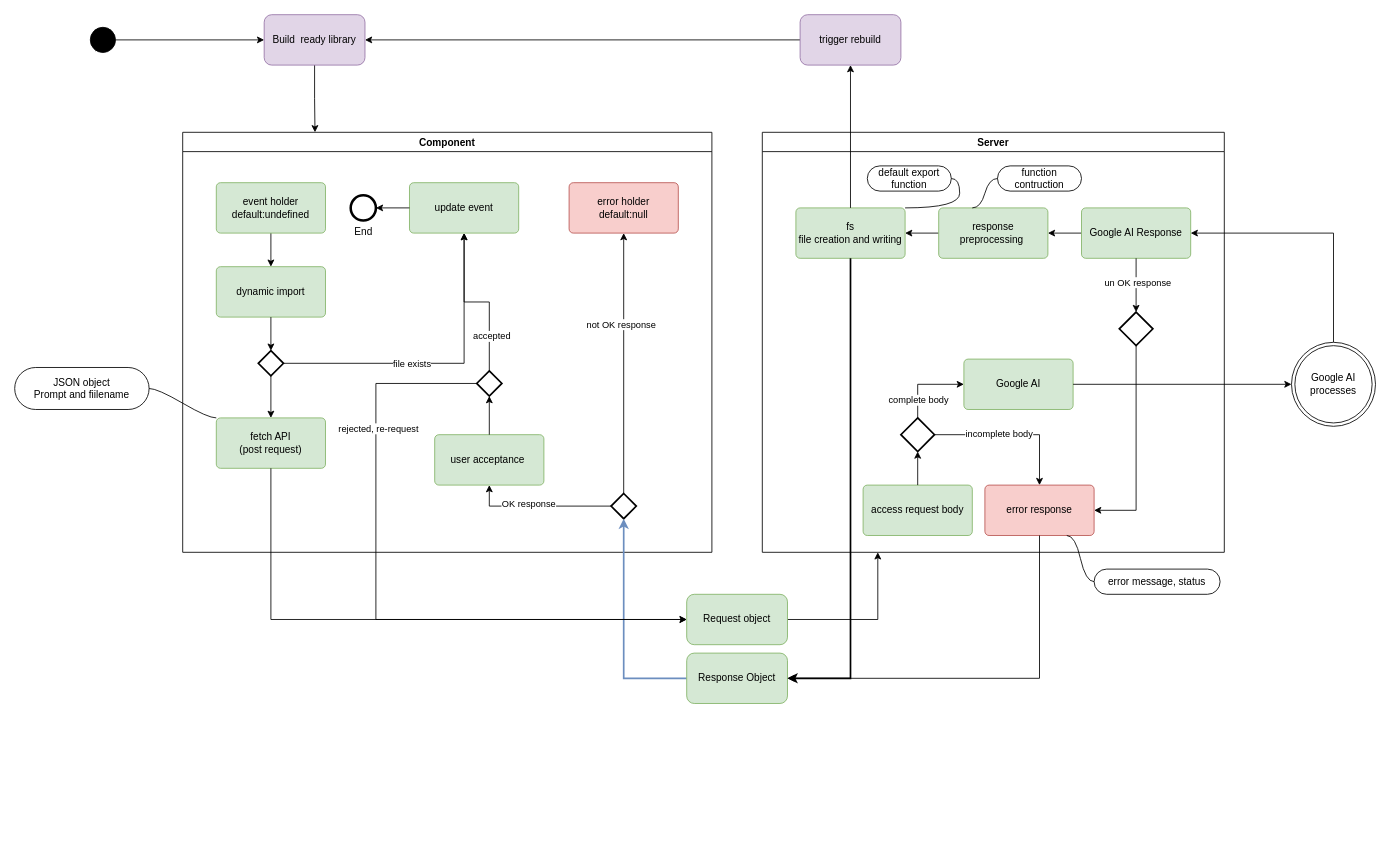
TALHAA23/intelligent-react-components keeps this draw.io diagram as docs/uml/state-machine.drawio. Above is the earlier version. Source tidied: cells renumbered, new cells numbered last; positions are measured from the earlier drawing's top-left corner, leaving out a move shared by most shapes. Both pictures are drawn from the tidied source at 84%, with x=0, y=0 at pixel (14, 14).
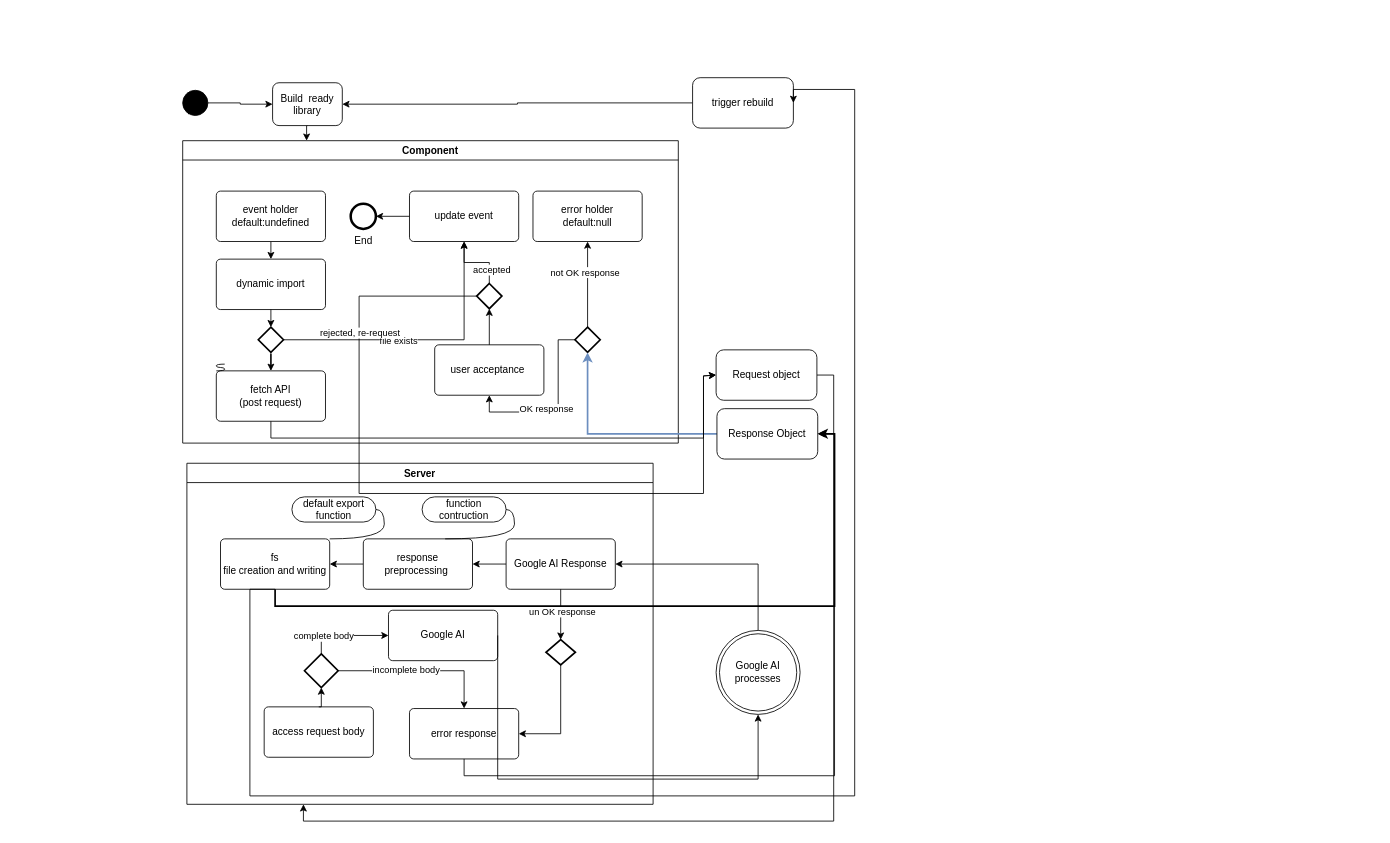
The same diagram, later.

The change refers to these unchanged cells:
```xml
<mxCell id="48" value="function contruction" style="whiteSpace=wrap;html=1;rounded=1;arcSize=50;align=center;verticalAlign=middle;strokeWidth=1;spacing=4;newEdgeStyle={&quot;edgeStyle&quot;:&quot;entityRelationEdgeStyle&quot;,&quot;startArrow&quot;:&quot;none&quot;,&quot;endArrow&quot;:&quot;none&quot;,&quot;segment&quot;:10,&quot;curved&quot;:1,&quot;sourcePerimeterSpacing&quot;:0,&quot;targetPerimeterSpacing&quot;:0};" parent="29" vertex="1">
  <mxGeometry x="280" y="40" width="100" height="30" as="geometry" />
</mxCell>
```

The edit, as a diff of the source:
```diff
@@
     <mxCell id="3" style="ellipse;fillColor=strokeColor;html=1;" parent="1" vertex="1">
-      <mxGeometry x="90" y="15" width="30" height="30" as="geometry" />
+      <mxGeometry x="200" y="90" width="30" height="30" as="geometry" />
     </mxCell>
     <mxCell id="4" value="Component" style="swimlane;" parent="1" vertex="1">
-      <mxGeometry x="200" y="140" width="630" height="500" as="geometry" />
+      <mxGeometry x="200" y="150" width="590" height="360" as="geometry" />
     </mxCell>
@@
-    <mxCell id="6" value="event holder&lt;br&gt;default:undefined" style="html=1;align=center;verticalAlign=middle;rounded=1;absoluteArcSize=1;arcSize=10;dashed=0;whiteSpace=wrap;fillColor=#d5e8d4;strokeColor=#82b366;" parent="4" vertex="1">
+    <mxCell id="6" value="event holder&lt;br&gt;default:undefined" style="html=1;align=center;verticalAlign=middle;rounded=1;absoluteArcSize=1;arcSize=10;dashed=0;whiteSpace=wrap;" parent="4" vertex="1">
       <mxGeometry x="40" y="60" width="130" height="60" as="geometry" />
     </mxCell>
-    <mxCell id="7" value="dynamic import" style="html=1;align=center;verticalAlign=middle;rounded=1;absoluteArcSize=1;arcSize=10;dashed=0;whiteSpace=wrap;fillColor=#d5e8d4;strokeColor=#82b366;" parent="4" vertex="1">
-      <mxGeometry x="40" y="160" width="130" height="60" as="geometry" />
+    <mxCell id="7" value="dynamic import" style="html=1;align=center;verticalAlign=middle;rounded=1;absoluteArcSize=1;arcSize=10;dashed=0;whiteSpace=wrap;" parent="4" vertex="1">
+      <mxGeometry x="40" y="141" width="130" height="60" as="geometry" />
     </mxCell>
@@
     <mxCell id="11" style="strokeWidth=2;html=1;shape=mxgraph.flowchart.decision;whiteSpace=wrap;" parent="4" vertex="1">
-      <mxGeometry x="90" y="260" width="30" height="30" as="geometry" />
+      <mxGeometry x="90" y="222" width="30" height="30" as="geometry" />
     </mxCell>
@@
-    <mxCell id="13" value="update event" style="html=1;align=center;verticalAlign=middle;rounded=1;absoluteArcSize=1;arcSize=10;dashed=0;whiteSpace=wrap;fillColor=#d5e8d4;strokeColor=#82b366;" parent="4" vertex="1">
+    <mxCell id="13" value="update event" style="html=1;align=center;verticalAlign=middle;rounded=1;absoluteArcSize=1;arcSize=10;dashed=0;whiteSpace=wrap;" parent="4" vertex="1">
       <mxGeometry x="270" y="60" width="130" height="60" as="geometry" />
     </mxCell>
-    <mxCell id="14" value="fetch API&lt;br&gt;(post request)" style="html=1;align=center;verticalAlign=middle;rounded=1;absoluteArcSize=1;arcSize=10;dashed=0;whiteSpace=wrap;fillColor=#d5e8d4;strokeColor=#82b366;" parent="4" vertex="1">
-      <mxGeometry x="40" y="340" width="130" height="60" as="geometry" />
+    <mxCell id="14" value="fetch API&lt;br&gt;(post request)" style="html=1;align=center;verticalAlign=middle;rounded=1;absoluteArcSize=1;arcSize=10;dashed=0;whiteSpace=wrap;" parent="4" vertex="1">
+      <mxGeometry x="40" y="274" width="130" height="60" as="geometry" />
     </mxCell>
@@
     <mxCell id="17" style="edgeStyle=orthogonalEdgeStyle;rounded=0;jettySize=auto;html=1;exitX=0;exitY=0.5;exitDx=0;exitDy=0;exitPerimeter=0;entryX=0.5;entryY=1;entryDx=0;entryDy=0;" parent="4" edge="1" source="19" target="21">
-      <mxGeometry relative="1" as="geometry" />
+      <mxGeometry relative="1" as="geometry">
+        <Array as="points">
+          <mxPoint x="447" y="237" />
+          <mxPoint x="447" y="323" />
+          <mxPoint x="365" y="323" />
+        </Array>
+      </mxGeometry>
     </mxCell>
@@
     <mxCell id="19" style="strokeWidth=2;html=1;shape=mxgraph.flowchart.decision;whiteSpace=wrap;" parent="4" vertex="1">
-      <mxGeometry x="510" y="430" width="30" height="30" as="geometry" />
+      <mxGeometry x="467" y="222" width="30" height="30" as="geometry" />
     </mxCell>
-    <mxCell id="20" value="error holder&lt;div&gt;default:null&lt;/div&gt;" style="html=1;align=center;verticalAlign=middle;rounded=1;absoluteArcSize=1;arcSize=10;dashed=0;whiteSpace=wrap;fillColor=#f8cecc;strokeColor=#b85450;" parent="4" vertex="1">
-      <mxGeometry x="460" y="60" width="130" height="60" as="geometry" />
+    <mxCell id="20" value="error holder&lt;div&gt;default:null&lt;/div&gt;" style="html=1;align=center;verticalAlign=middle;rounded=1;absoluteArcSize=1;arcSize=10;dashed=0;whiteSpace=wrap;" parent="4" vertex="1">
+      <mxGeometry x="417" y="60" width="130" height="60" as="geometry" />
     </mxCell>
-    <mxCell id="21" value="user acceptance&amp;nbsp;" style="html=1;align=center;verticalAlign=middle;rounded=1;absoluteArcSize=1;arcSize=10;dashed=0;whiteSpace=wrap;fillColor=#d5e8d4;strokeColor=#82b366;" parent="4" vertex="1">
-      <mxGeometry x="300" y="360" width="130" height="60" as="geometry" />
+    <mxCell id="21" value="user acceptance&amp;nbsp;" style="html=1;align=center;verticalAlign=middle;rounded=1;absoluteArcSize=1;arcSize=10;dashed=0;whiteSpace=wrap;" parent="4" vertex="1">
+      <mxGeometry x="300" y="243" width="130" height="60" as="geometry" />
     </mxCell>
@@
     <mxCell id="24" style="strokeWidth=2;html=1;shape=mxgraph.flowchart.decision;whiteSpace=wrap;" parent="4" vertex="1">
-      <mxGeometry x="350" y="284" width="30" height="30" as="geometry" />
+      <mxGeometry x="350" y="170" width="30" height="30" as="geometry" />
     </mxCell>
@@
+    <mxCell id="54" style="edgeStyle=entityRelationEdgeStyle;startArrow=none;endArrow=none;segment=10;curved=1;sourcePerimeterSpacing=0;targetPerimeterSpacing=0;rounded=0;exitX=0;exitY=0;exitDx=0;exitDy=0;" parent="4" edge="1" source="14">
+      <mxGeometry relative="1" as="geometry">
+        <mxPoint x="50" y="266" as="targetPoint" />
+      </mxGeometry>
+    </mxCell>
@@
     <mxCell id="29" value="Server" style="swimlane;" parent="1" vertex="1">
-      <mxGeometry x="890" y="140" width="550" height="500" as="geometry" />
+      <mxGeometry x="205" y="534" width="555" height="406" as="geometry" />
     </mxCell>
-    <mxCell id="30" value="access request body" style="html=1;align=center;verticalAlign=middle;rounded=1;absoluteArcSize=1;arcSize=10;dashed=0;whiteSpace=wrap;fillColor=#d5e8d4;strokeColor=#82b366;" parent="29" vertex="1">
-      <mxGeometry x="120" y="420" width="130" height="60" as="geometry" />
+    <mxCell id="30" value="access request body" style="html=1;align=center;verticalAlign=middle;rounded=1;absoluteArcSize=1;arcSize=10;dashed=0;whiteSpace=wrap;" parent="29" vertex="1">
+      <mxGeometry x="92" y="290" width="130" height="60" as="geometry" />
     </mxCell>
@@
     <mxCell id="35" style="strokeWidth=2;html=1;shape=mxgraph.flowchart.decision;whiteSpace=wrap;" parent="29" vertex="1">
-      <mxGeometry x="165" y="340" width="40" height="40" as="geometry" />
+      <mxGeometry x="140" y="227" width="40" height="40" as="geometry" />
     </mxCell>
-    <mxCell id="36" value="error response" style="html=1;align=center;verticalAlign=middle;rounded=1;absoluteArcSize=1;arcSize=10;dashed=0;whiteSpace=wrap;fillColor=#f8cecc;strokeColor=#b85450;" parent="29" vertex="1">
-      <mxGeometry x="265" y="420" width="130" height="60" as="geometry" />
+    <mxCell id="36" value="error response" style="html=1;align=center;verticalAlign=middle;rounded=1;absoluteArcSize=1;arcSize=10;dashed=0;whiteSpace=wrap;" parent="29" vertex="1">
+      <mxGeometry x="265" y="292" width="130" height="60" as="geometry" />
     </mxCell>
@@
-    <mxCell id="38" value="Google AI" style="html=1;align=center;verticalAlign=middle;rounded=1;absoluteArcSize=1;arcSize=10;dashed=0;whiteSpace=wrap;fillColor=#d5e8d4;strokeColor=#82b366;" parent="29" vertex="1">
-      <mxGeometry x="240" y="270" width="130" height="60" as="geometry" />
+    <mxCell id="38" value="Google AI" style="html=1;align=center;verticalAlign=middle;rounded=1;absoluteArcSize=1;arcSize=10;dashed=0;whiteSpace=wrap;" parent="29" vertex="1">
+      <mxGeometry x="240" y="175" width="130" height="60" as="geometry" />
     </mxCell>
@@
-    <mxCell id="40" value="Google AI Response" style="html=1;align=center;verticalAlign=middle;rounded=1;absoluteArcSize=1;arcSize=10;dashed=0;whiteSpace=wrap;fillColor=#d5e8d4;strokeColor=#82b366;" parent="29" vertex="1">
+    <mxCell id="40" value="Google AI Response" style="html=1;align=center;verticalAlign=middle;rounded=1;absoluteArcSize=1;arcSize=10;dashed=0;whiteSpace=wrap;" parent="29" vertex="1">
       <mxGeometry x="380" y="90" width="130" height="60" as="geometry" />
     </mxCell>
@@
     <mxCell id="42" style="strokeWidth=2;html=1;shape=mxgraph.flowchart.decision;whiteSpace=wrap;" parent="29" vertex="1">
-      <mxGeometry x="425" y="214" width="40" height="40" as="geometry" />
+      <mxGeometry x="427.5" y="210" width="35" height="30" as="geometry" />
     </mxCell>
@@
-    <mxCell id="46" value="response preprocessing&amp;nbsp;" style="html=1;align=center;verticalAlign=middle;rounded=1;absoluteArcSize=1;arcSize=10;dashed=0;whiteSpace=wrap;fillColor=#d5e8d4;strokeColor=#82b366;" parent="29" vertex="1">
+    <mxCell id="46" value="response preprocessing&amp;nbsp;" style="html=1;align=center;verticalAlign=middle;rounded=1;absoluteArcSize=1;arcSize=10;dashed=0;whiteSpace=wrap;" parent="29" vertex="1">
       <mxGeometry x="210" y="90" width="130" height="60" as="geometry" />
     </mxCell>
-    <mxCell id="47" value="fs&lt;div&gt;file creation and writing&lt;/div&gt;" style="html=1;align=center;verticalAlign=middle;rounded=1;absoluteArcSize=1;arcSize=10;dashed=0;whiteSpace=wrap;fillColor=#d5e8d4;strokeColor=#82b366;" parent="29" vertex="1">
+    <mxCell id="47" value="fs&lt;div&gt;file creation and writing&lt;/div&gt;" style="html=1;align=center;verticalAlign=middle;rounded=1;absoluteArcSize=1;arcSize=10;dashed=0;whiteSpace=wrap;" parent="29" vertex="1">
       <mxGeometry x="40" y="90" width="130" height="60" as="geometry" />
     </mxCell>
@@
+    <mxCell id="62" style="edgeStyle=entityRelationEdgeStyle;startArrow=none;endArrow=none;segment=10;curved=1;sourcePerimeterSpacing=0;targetPerimeterSpacing=0;rounded=0;exitX=0.75;exitY=0;exitDx=0;exitDy=0;" parent="29" edge="1" source="46" target="48">
+      <mxGeometry relative="1" as="geometry">
+        <Array as="points">
+          <mxPoint x="220" y="205" />
+        </Array>
+      </mxGeometry>
+    </mxCell>
@@
-    <mxCell id="52" value="Response Object" style="rounded=1;whiteSpace=wrap;html=1;fillColor=#d5e8d4;strokeColor=#82b366;" parent="1" vertex="1">
-      <mxGeometry x="800" y="760" width="120" height="60" as="geometry" />
+    <mxCell id="52" value="Response Object" style="rounded=1;whiteSpace=wrap;html=1;" parent="1" vertex="1">
+      <mxGeometry x="836" y="469" width="120" height="60" as="geometry" />
     </mxCell>
-    <mxCell id="53" value="JSON object&lt;div&gt;Prompt and fiilename&lt;/div&gt;" style="whiteSpace=wrap;html=1;rounded=1;arcSize=50;align=center;verticalAlign=middle;strokeWidth=1;spacing=4;newEdgeStyle={&quot;edgeStyle&quot;:&quot;entityRelationEdgeStyle&quot;,&quot;startArrow&quot;:&quot;none&quot;,&quot;endArrow&quot;:&quot;none&quot;,&quot;segment&quot;:10,&quot;curved&quot;:1,&quot;sourcePerimeterSpacing&quot;:0,&quot;targetPerimeterSpacing&quot;:0};" parent="1" vertex="1">
-      <mxGeometry y="420" width="160" height="50" as="geometry" />
-    </mxCell>
-    <mxCell id="54" style="edgeStyle=entityRelationEdgeStyle;startArrow=none;endArrow=none;segment=10;curved=1;sourcePerimeterSpacing=0;targetPerimeterSpacing=0;rounded=0;exitX=0;exitY=0;exitDx=0;exitDy=0;" parent="1" edge="1" source="14" target="53">
-      <mxGeometry relative="1" as="geometry" />
-    </mxCell>
@@
-    <mxCell id="56" style="edgeStyle=entityRelationEdgeStyle;rounded=0;jettySize=auto;html=1;startArrow=none;endArrow=none;segment=10;curved=1;sourcePerimeterSpacing=0;targetPerimeterSpacing=0;exitX=0;exitY=0.5;exitDx=0;exitDy=0;entryX=0.75;entryY=1;entryDx=0;entryDy=0;" parent="1" edge="1" source="57" target="36">
-      <mxGeometry relative="1" as="geometry" />
-    </mxCell>
-    <mxCell id="57" value="error message, status" style="whiteSpace=wrap;html=1;rounded=1;arcSize=50;align=center;verticalAlign=middle;strokeWidth=1;spacing=4;newEdgeStyle={&quot;edgeStyle&quot;:&quot;entityRelationEdgeStyle&quot;,&quot;startArrow&quot;:&quot;none&quot;,&quot;endArrow&quot;:&quot;none&quot;,&quot;segment&quot;:10,&quot;curved&quot;:1,&quot;sourcePerimeterSpacing&quot;:0,&quot;targetPerimeterSpacing&quot;:0};" parent="1" vertex="1">
-      <mxGeometry x="1285" y="660" width="150" height="30" as="geometry" />
-    </mxCell>
@@
     <mxCell id="59" value="Google AI processes" style="ellipse;shape=doubleEllipse;html=1;dashed=0;whiteSpace=wrap;" parent="1" vertex="1">
-      <mxGeometry x="1520" y="390" width="100" height="100" as="geometry" />
+      <mxGeometry x="835" y="733" width="100" height="100" as="geometry" />
     </mxCell>
     <mxCell id="60" style="edgeStyle=orthogonalEdgeStyle;rounded=0;jettySize=auto;html=1;exitX=1;exitY=0.5;exitDx=0;exitDy=0;" parent="1" edge="1" source="38" target="59">
-      <mxGeometry relative="1" as="geometry" />
+      <mxGeometry relative="1" as="geometry">
+        <Array as="points">
+          <mxPoint x="575" y="910" />
+          <mxPoint x="885" y="910" />
+        </Array>
+      </mxGeometry>
     </mxCell>
@@
-    <mxCell id="62" style="edgeStyle=entityRelationEdgeStyle;startArrow=none;endArrow=none;segment=10;curved=1;sourcePerimeterSpacing=0;targetPerimeterSpacing=0;rounded=0;" parent="1" edge="1" target="48">
-      <mxGeometry relative="1" as="geometry">
-        <mxPoint x="1140" y="230" as="sourcePoint" />
-        <Array as="points">
-          <mxPoint x="1110" y="195" />
-        </Array>
-      </mxGeometry>
-    </mxCell>
@@
-    <mxCell id="64" value="Request object" style="rounded=1;whiteSpace=wrap;html=1;fillColor=#d5e8d4;strokeColor=#82b366;" parent="1" vertex="1">
-      <mxGeometry x="800" y="690" width="120" height="60" as="geometry" />
+    <mxCell id="64" value="Request object" style="rounded=1;whiteSpace=wrap;html=1;" parent="1" vertex="1">
+      <mxGeometry x="835" y="399" width="120" height="60" as="geometry" />
     </mxCell>
     <mxCell id="65" style="edgeStyle=orthogonalEdgeStyle;rounded=0;jettySize=auto;html=1;exitX=0.5;exitY=1;exitDx=0;exitDy=0;entryX=0;entryY=0.5;entryDx=0;entryDy=0;" parent="1" edge="1" source="14" target="64">
-      <mxGeometry relative="1" as="geometry" />
+      <mxGeometry relative="1" as="geometry">
+        <Array as="points">
+          <mxPoint x="305" y="504" />
+          <mxPoint x="820" y="504" />
+          <mxPoint x="820" y="430" />
+          <mxPoint x="835" y="430" />
+        </Array>
+      </mxGeometry>
     </mxCell>
     <mxCell id="66" style="edgeStyle=orthogonalEdgeStyle;rounded=0;jettySize=auto;html=1;exitX=0;exitY=0.5;exitDx=0;exitDy=0;exitPerimeter=0;entryX=0;entryY=0.5;entryDx=0;entryDy=0;" parent="1" edge="1" source="24" target="64">
       <mxGeometry relative="1" as="geometry">
         <Array as="points">
-          <mxPoint x="430" y="439" />
-          <mxPoint x="430" y="720" />
+          <mxPoint x="410" y="335" />
+          <mxPoint x="410" y="570" />
+          <mxPoint x="820" y="570" />
+          <mxPoint x="820" y="430" />
+          <mxPoint x="835" y="430" />
         </Array>
       </mxGeometry>
     </mxCell>
     <mxCell id="67" value="rejected, re-request" style="edgeLabel;html=1;align=center;verticalAlign=middle;" parent="66" vertex="1">
-      <mxGeometry x="-0.55" y="2" relative="1" as="geometry" />
+      <mxGeometry x="-0.55" y="2" relative="1" as="geometry">
+        <mxPoint x="-2" y="-29" as="offset" />
+      </mxGeometry>
     </mxCell>
@@
-    <mxCell id="69" value="trigger rebuild" style="rounded=1;whiteSpace=wrap;html=1;fillColor=#e1d5e7;strokeColor=#9673a6;" parent="1" vertex="1">
-      <mxGeometry x="935" width="120" height="60" as="geometry" />
+    <mxCell id="69" value="trigger rebuild" style="rounded=1;whiteSpace=wrap;html=1;" parent="1" vertex="1">
+      <mxGeometry x="807" y="75" width="120" height="60" as="geometry" />
     </mxCell>
-    <mxCell id="70" style="edgeStyle=orthogonalEdgeStyle;rounded=0;jettySize=auto;html=1;exitX=0.5;exitY=0;exitDx=0;exitDy=0;entryX=0.5;entryY=1;entryDx=0;entryDy=0;" parent="1" edge="1" source="47" target="69">
-      <mxGeometry relative="1" as="geometry" />
+    <mxCell id="70" style="edgeStyle=orthogonalEdgeStyle;rounded=0;jettySize=auto;html=1;entryX=1;entryY=0.5;entryDx=0;entryDy=0;exitX=0.5;exitY=1;exitDx=0;exitDy=0;" parent="1" edge="1" source="47" target="69">
+      <mxGeometry relative="1" as="geometry">
+        <Array as="points">
+          <mxPoint x="280" y="684" />
+          <mxPoint x="280" y="930" />
+          <mxPoint x="1000" y="930" />
+          <mxPoint x="1000" y="89" />
+          <mxPoint x="927" y="89" />
+        </Array>
+      </mxGeometry>
     </mxCell>
@@
-    <mxCell id="72" value="Build&amp;nbsp; ready library" style="rounded=1;whiteSpace=wrap;html=1;fillColor=#e1d5e7;strokeColor=#9673a6;" parent="1" vertex="1">
-      <mxGeometry x="297" width="120" height="60" as="geometry" />
+    <mxCell id="72" value="Build&amp;nbsp; ready library" style="rounded=1;whiteSpace=wrap;html=1;" parent="1" vertex="1">
+      <mxGeometry x="307" y="81" width="83" height="51" as="geometry" />
     </mxCell>
```
